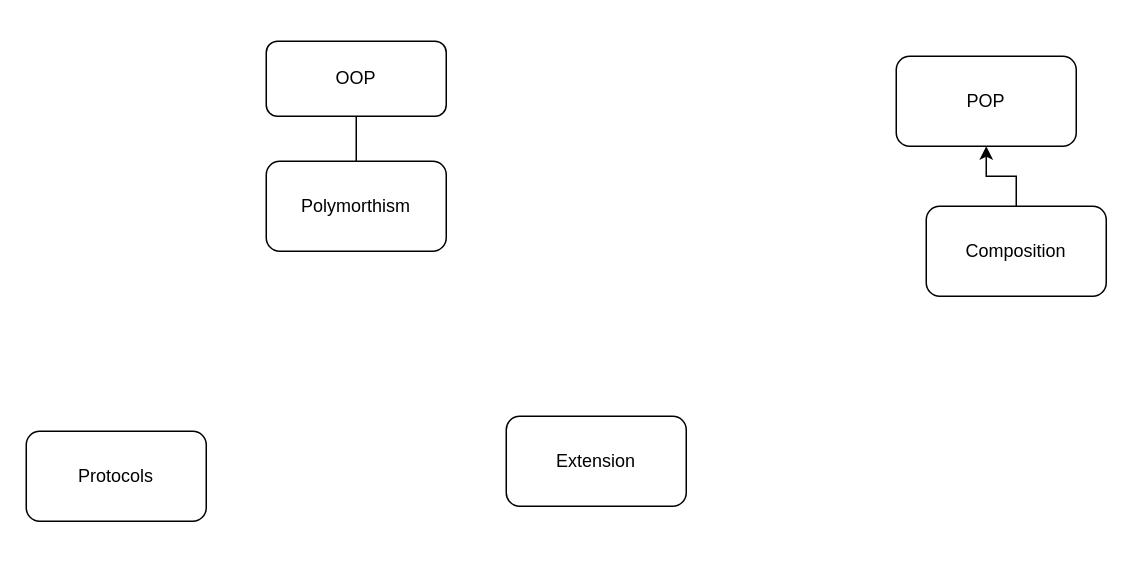
The draw.io diagram Lesson5.drawio in Leonif/diagrams, before the edit. Source tidied: cells renumbered, new cells numbered last; positions are measured from the earlier drawing's top-left corner, leaving out a move shared by most shapes. Both pictures are drawn from the tidied source at 150%, with x=0, y=0 at pixel (26, 40).
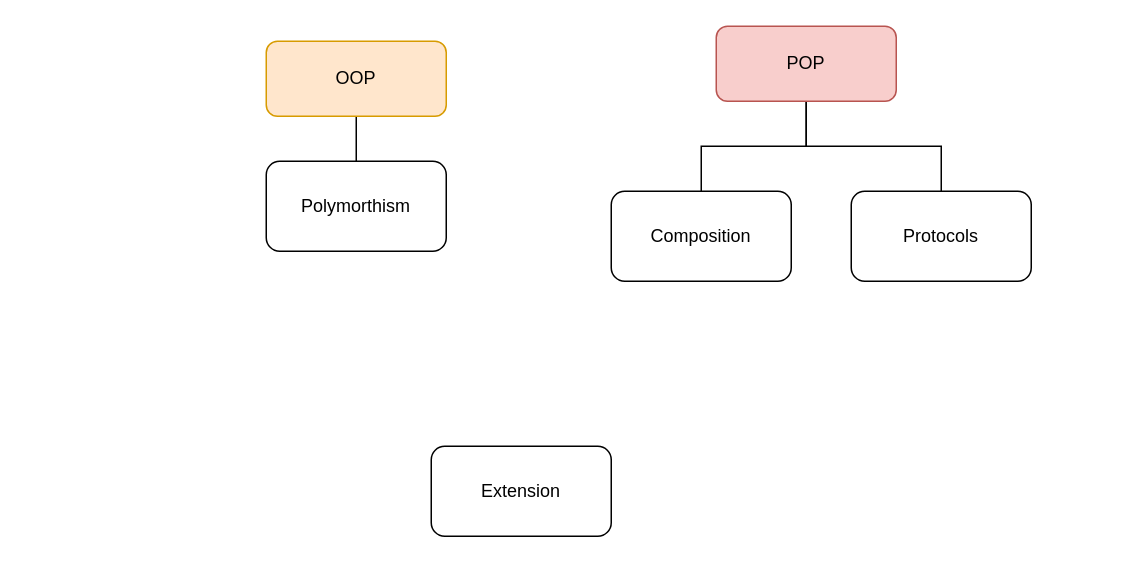
After the change.

What changed in the source:
```diff
@@
 <mxGraphModel>
   <root>
     <mxCell id="0" />
     <mxCell id="1" parent="0" />
     <mxCell id="2" style="edgeStyle=orthogonalEdgeStyle;rounded=0;jumpStyle=arc;jettySize=auto;html=1;startFill=0;endFill=0;endArrow=none;" parent="1" edge="1" source="3" target="6">
       <mxGeometry relative="1" as="geometry" />
     </mxCell>
-    <mxCell id="3" value="OOP" style="rounded=1;whiteSpace=wrap;html=1;gradientColor=none;" parent="1" vertex="1">
+    <mxCell id="3" value="OOP" style="rounded=1;whiteSpace=wrap;html=1;fillColor=#ffe6cc;strokeColor=#d79b00;" parent="1" vertex="1">
       <mxGeometry x="160" width="120" height="50" as="geometry" />
     </mxCell>
     <mxCell id="4" value="Protocols" style="whiteSpace=wrap;html=1;rounded=1;" parent="1" vertex="1">
-      <mxGeometry y="260" width="120" height="60" as="geometry" />
+      <mxGeometry x="550" y="100" width="120" height="60" as="geometry" />
     </mxCell>
     <mxCell id="5" value="Extension" style="whiteSpace=wrap;html=1;rounded=1;" parent="1" vertex="1">
-      <mxGeometry x="320" y="250" width="120" height="60" as="geometry" />
+      <mxGeometry x="270" y="270" width="120" height="60" as="geometry" />
     </mxCell>
     <mxCell id="6" value="Polymorthism" style="whiteSpace=wrap;html=1;rounded=1;" parent="1" vertex="1">
       <mxGeometry x="160" y="80" width="120" height="60" as="geometry" />
     </mxCell>
-    <mxCell id="7" style="edgeStyle=orthogonalEdgeStyle;rounded=0;jumpStyle=arc;jettySize=auto;html=1;startFill=0;endFill=1;" parent="1" edge="1" source="8" target="9">
-      <mxGeometry relative="1" as="geometry" />
-    </mxCell>
     <mxCell id="8" value="Composition" style="whiteSpace=wrap;html=1;rounded=1;" parent="1" vertex="1">
-      <mxGeometry x="600" y="110" width="120" height="60" as="geometry" />
+      <mxGeometry x="390" y="100" width="120" height="60" as="geometry" />
     </mxCell>
+    <mxCell id="10" style="edgeStyle=orthogonalEdgeStyle;rounded=0;jumpStyle=arc;jettySize=auto;html=1;startFill=0;endArrow=none;endFill=0;" parent="1" edge="1" source="9" target="8">
+      <mxGeometry relative="1" as="geometry" />
+    </mxCell>
+    <mxCell id="11" style="edgeStyle=orthogonalEdgeStyle;rounded=0;jumpStyle=arc;jettySize=auto;html=1;startFill=0;endArrow=none;endFill=0;" parent="1" edge="1" source="9" target="4">
+      <mxGeometry relative="1" as="geometry" />
+    </mxCell>
-    <mxCell id="9" value="POP" style="whiteSpace=wrap;html=1;rounded=1;" parent="1" vertex="1">
-      <mxGeometry x="580" y="10" width="120" height="60" as="geometry" />
+    <mxCell id="9" value="POP" style="whiteSpace=wrap;html=1;rounded=1;fillColor=#f8cecc;strokeColor=#b85450;" parent="1" vertex="1">
+      <mxGeometry x="460" y="-10" width="120" height="50" as="geometry" />
     </mxCell>
   </root>
 </mxGraphModel>
```
